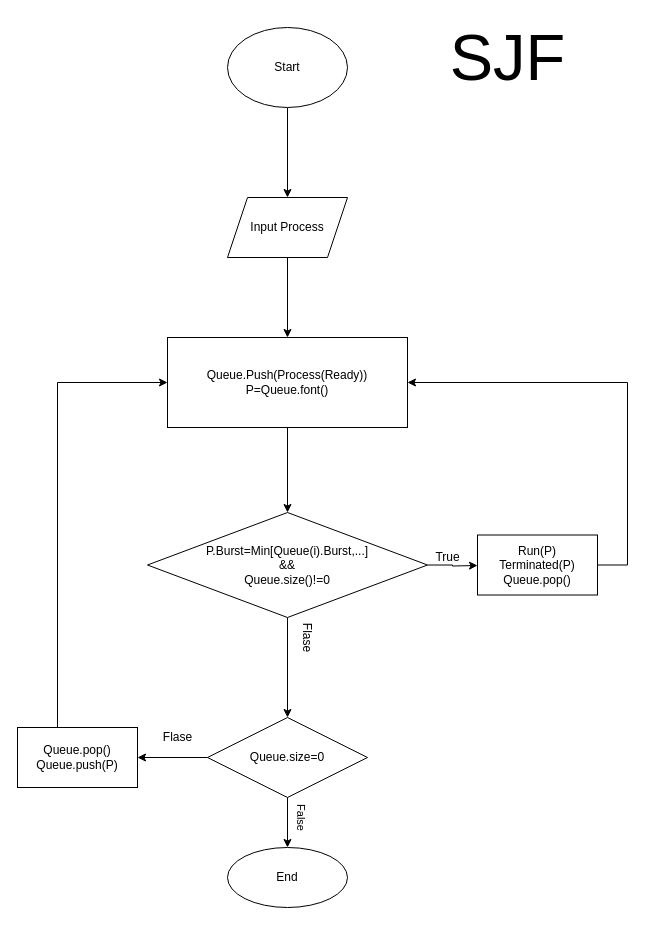
SuperRightHand/SuperRightHand keeps this draw.io diagram as SJF.drawio. Above is the earlier version. Source tidied: cells renumbered, new cells numbered last; positions are measured from the earlier drawing's top-left corner, leaving out a move shared by most shapes. Both pictures are drawn from the tidied source at 100%, with x=0, y=0 at pixel (17, 17).
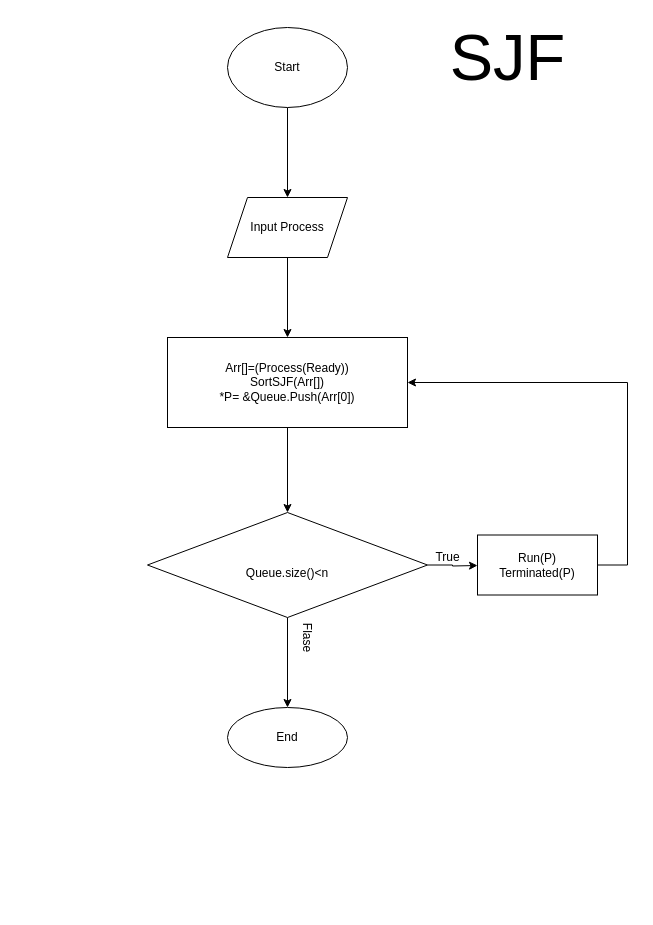
After the change.

Change to the diagram source:
```diff
@@
-    <mxCell id="7" value="Queue.Push(Process(Ready))&lt;br&gt;P=Queue.font()" style="whiteSpace=wrap;html=1;" parent="1" vertex="1">
+    <mxCell id="7" value="Arr[]=(Process(Ready))&lt;br&gt;SortSJF(Arr[])&lt;br&gt;*P= &amp;amp;Queue.Push(Arr[0])" style="whiteSpace=wrap;html=1;" parent="1" vertex="1">
       <mxGeometry x="150" y="320" width="240" height="90" as="geometry" />
     </mxCell>
@@
-    <mxCell id="9" style="edgeStyle=orthogonalEdgeStyle;rounded=0;jettySize=auto;html=1;entryX=0.5;entryY=0;entryDx=0;entryDy=0;fontSize=11;" parent="1" edge="1" source="10" target="16">
+    <mxCell id="9" style="edgeStyle=orthogonalEdgeStyle;rounded=0;jettySize=auto;html=1;fontSize=11;entryX=0.5;entryY=0;entryDx=0;entryDy=0;" parent="1" edge="1" source="10" target="22">
       <mxGeometry relative="1" as="geometry" />
     </mxCell>
-    <mxCell id="10" value="P.Burst=Min[Queue(i).Burst,...]&lt;br&gt;&amp;amp;&amp;amp;&lt;br&gt;Queue.size()!=0" style="rhombus;whiteSpace=wrap;html=1;" parent="1" vertex="1">
+    <mxCell id="10" value="&lt;br&gt;Queue.size()&amp;lt;n" style="rhombus;whiteSpace=wrap;html=1;" parent="1" vertex="1">
       <mxGeometry x="130" y="495" width="280" height="105" as="geometry" />
     </mxCell>
@@
-    <mxCell id="12" value="Run(P)&lt;br&gt;Terminated(P)&lt;br&gt;Queue.pop()" style="whiteSpace=wrap;html=1;" parent="1" vertex="1">
+    <mxCell id="12" value="Run(P)&lt;br&gt;Terminated(P)" style="whiteSpace=wrap;html=1;" parent="1" vertex="1">
       <mxGeometry x="460" y="517.5" width="120" height="60" as="geometry" />
     </mxCell>
@@
-    <mxCell id="14" style="edgeStyle=orthogonalEdgeStyle;rounded=0;jettySize=auto;html=1;entryX=0.5;entryY=0;entryDx=0;entryDy=0;fontSize=11;" parent="1" edge="1" source="16" target="22">
-      <mxGeometry relative="1" as="geometry" />
-    </mxCell>
-    <mxCell id="15" style="edgeStyle=orthogonalEdgeStyle;rounded=0;jettySize=auto;html=1;entryX=1;entryY=0.5;entryDx=0;entryDy=0;fontSize=11;" parent="1" edge="1" source="16" target="19">
-      <mxGeometry relative="1" as="geometry" />
-    </mxCell>
-    <mxCell id="16" value="Queue.size=0" style="rhombus;whiteSpace=wrap;html=1;" parent="1" vertex="1">
-      <mxGeometry x="190" y="700" width="160" height="80" as="geometry" />
-    </mxCell>
@@
-    <mxCell id="18" style="edgeStyle=orthogonalEdgeStyle;rounded=0;jettySize=auto;html=1;entryX=0;entryY=0.5;entryDx=0;entryDy=0;fontSize=11;" parent="1" edge="1" source="19" target="7">
-      <mxGeometry relative="1" as="geometry">
-        <Array as="points">
-          <mxPoint x="40" y="365" />
-        </Array>
-      </mxGeometry>
-    </mxCell>
-    <mxCell id="19" value="Queue.pop()&lt;br&gt;Queue.push(P)" style="whiteSpace=wrap;html=1;" parent="1" vertex="1">
-      <mxGeometry y="710" width="120" height="60" as="geometry" />
-    </mxCell>
-    <mxCell id="20" value="Flase" style="text;html=1;align=center;verticalAlign=middle;strokeColor=none;fillColor=none;" parent="1" vertex="1">
-      <mxGeometry x="140" y="710" width="40" height="20" as="geometry" />
-    </mxCell>
@@
     <mxCell id="22" value="End" style="ellipse;whiteSpace=wrap;html=1;" parent="1" vertex="1">
-      <mxGeometry x="210" y="830" width="120" height="60" as="geometry" />
+      <mxGeometry x="210" y="690" width="120" height="60" as="geometry" />
     </mxCell>
-    <mxCell id="23" value="False" style="text;html=1;align=center;verticalAlign=middle;strokeColor=none;fillColor=none;fontSize=11;rotation=90;" parent="1" vertex="1">
-      <mxGeometry x="264" y="790" width="40" height="20" as="geometry" />
-    </mxCell>
```
